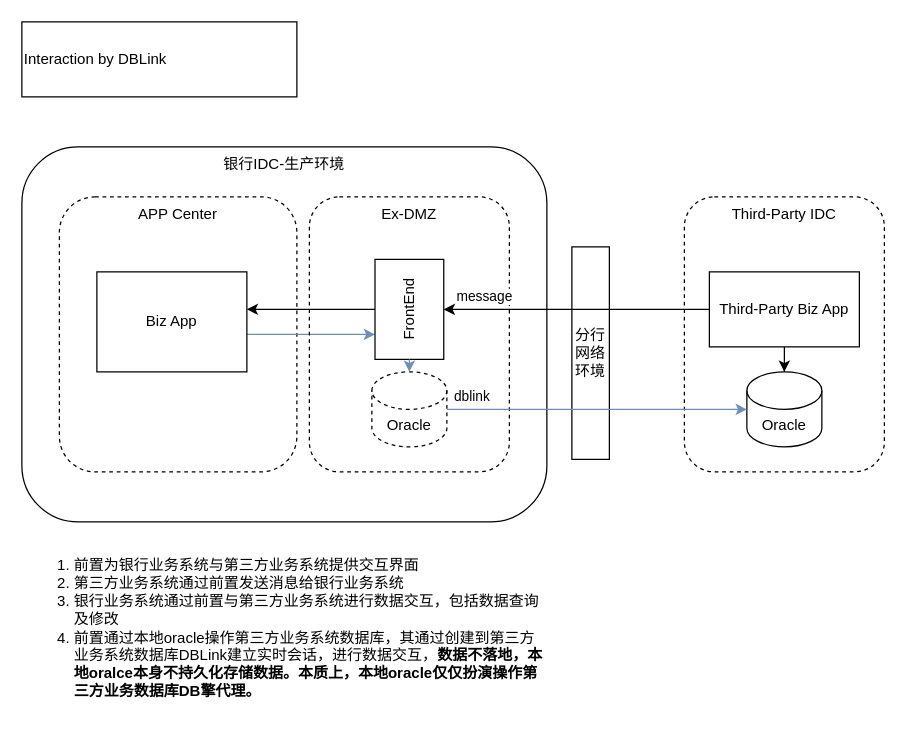
Before: Interaction by DBLink.drawio in anorqiu9/drawio, a draw.io diagram. Source tidied: cells renumbered, new cells numbered last; positions are measured from the earlier drawing's top-left corner, leaving out a move shared by most shapes. Both pictures are drawn from the tidied source at 125%, with x=0, y=0 at pixel (21, 21).
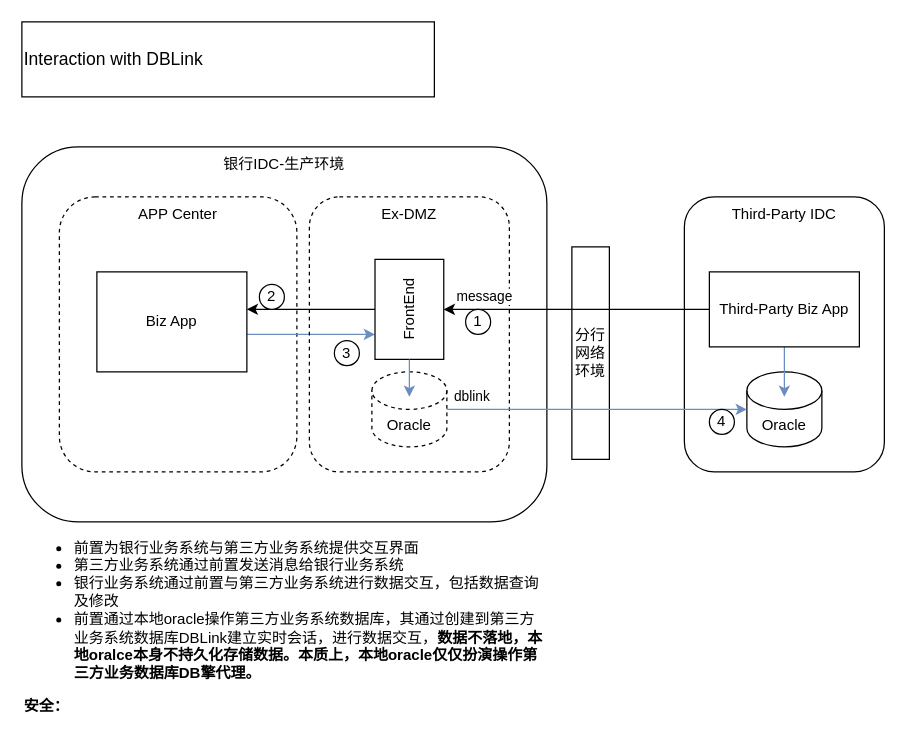
After the change.

The change refers to these unchanged cells:
```xml
<mxCell id="5" value="Oracle" style="shape=cylinder3;whiteSpace=wrap;html=1;boundedLbl=1;backgroundOutline=1;size=15;" parent="1" vertex="1">
  <mxGeometry x="580" y="280" width="60" height="60" as="geometry" />
</mxCell>
<mxCell id="10" value="FrontEnd" style="rounded=0;whiteSpace=wrap;html=1;horizontal=0;" parent="1" vertex="1">
  <mxGeometry x="282.5" y="190" width="55" height="80" as="geometry" />
</mxCell>
<mxCell id="13" value="Third-Party Biz App" style="rounded=0;whiteSpace=wrap;html=1;" parent="1" vertex="1">
  <mxGeometry x="550" y="200" width="120" height="60" as="geometry" />
</mxCell>
```

What changed in the source:
```diff
@@
-    <mxCell id="4" value="Third-Party IDC" style="rounded=1;whiteSpace=wrap;html=1;fillColor=none;dashed=1;verticalAlign=top;" parent="1" vertex="1">
+    <mxCell id="4" value="Third-Party IDC" style="rounded=1;whiteSpace=wrap;html=1;fillColor=none;verticalAlign=top;" parent="1" vertex="1">
       <mxGeometry x="530" y="140" width="160" height="220" as="geometry" />
     </mxCell>
@@
-    <mxCell id="11" style="edgeStyle=orthogonalEdgeStyle;rounded=0;jettySize=auto;html=1;" parent="1" edge="1" source="13" target="5">
+    <mxCell id="11" style="edgeStyle=orthogonalEdgeStyle;rounded=0;jettySize=auto;html=1;entryX=0.5;entryY=0.333;entryDx=0;entryDy=0;entryPerimeter=0;fillColor=#dae8fc;strokeColor=#6c8ebf;" parent="1" edge="1" source="13" target="5">
       <mxGeometry relative="1" as="geometry" />
     </mxCell>
@@
     <mxCell id="16" style="endArrow=classic;html=1;rounded=0;exitX=0.5;exitY=1;exitDx=0;exitDy=0;fillColor=#dae8fc;strokeColor=#6c8ebf;" parent="1" edge="1" source="10">
       <mxGeometry relative="1" as="geometry">
-        <mxPoint x="310" y="280" as="targetPoint" />
+        <mxPoint x="310" y="300" as="targetPoint" />
       </mxGeometry>
     </mxCell>
@@
-    <mxCell id="18" value="&lt;ol&gt;&lt;li&gt;前置为银行业务系统与第三方业务系统提供交互界面&lt;/li&gt;&lt;li&gt;第三方业务系统通过前置发送消息给银行业务系统&lt;/li&gt;&lt;li&gt;银行业务系统通过前置与第三方业务系统进行数据交互，包括数据查询及修改&lt;/li&gt;&lt;li&gt;前置通过本地oracle操作第三方业务系统数据库，其通过创建到第三方业务系统数据库DBLink&lt;span style=&quot;background-color: initial;&quot;&gt;建立实时会话，进行数据交互，&lt;b&gt;数据不落地，本地oralce本身不持久化存储数据。本质上，本地oracle仅仅扮演操作第三方业务数据库DB擎代理。&lt;/b&gt;&lt;/span&gt;&lt;/li&gt;&lt;/ol&gt;" style="rounded=0;whiteSpace=wrap;html=1;align=left;fillColor=none;strokeColor=none;" parent="1" vertex="1">
+    <mxCell id="18" value="&lt;ul&gt;&lt;li&gt;前置为银行业务系统与第三方业务系统提供交互界面&lt;/li&gt;&lt;li&gt;第三方业务系统通过前置发送消息给银行业务系统&lt;/li&gt;&lt;li&gt;银行业务系统通过前置与第三方业务系统进行数据交互，包括数据查询及修改&lt;/li&gt;&lt;li&gt;前置通过本地oracle操作第三方业务系统数据库，其通过创建到第三方业务系统数据库DBLink&lt;span style=&quot;background-color: initial;&quot;&gt;建立实时会话，进行数据交互，&lt;b&gt;数据不落地，本地oralce本身不持久化存储数据。本质上，本地oracle仅仅扮演操作第三方业务数据库DB擎代理。&lt;/b&gt;&lt;/span&gt;&lt;/li&gt;&lt;/ul&gt;&lt;div&gt;&lt;b&gt;安全：&lt;/b&gt;&lt;/div&gt;&lt;div&gt;&lt;b&gt;&lt;br&gt;&lt;/b&gt;&lt;/div&gt;" style="rounded=0;whiteSpace=wrap;html=1;align=left;fillColor=none;strokeColor=none;" parent="1" vertex="1">
       <mxGeometry y="420" width="420" height="130" as="geometry" />
     </mxCell>
-    <mxCell id="19" value="Interaction by DBLink" style="rounded=0;whiteSpace=wrap;html=1;align=left;" parent="1" vertex="1">
-      <mxGeometry width="220" height="60" as="geometry" />
+    <mxCell id="19" value="Interaction with DBLink" style="rounded=0;whiteSpace=wrap;html=1;align=left;fontSize=14;" parent="1" vertex="1">
+      <mxGeometry width="330" height="60" as="geometry" />
     </mxCell>
+    <mxCell id="20" value="1" style="ellipse;whiteSpace=wrap;html=1;" parent="1" vertex="1">
+      <mxGeometry x="355" y="230" width="20" height="20" as="geometry" />
+    </mxCell>
+    <mxCell id="21" value="2" style="ellipse;whiteSpace=wrap;html=1;" parent="1" vertex="1">
+      <mxGeometry x="190" y="210" width="20" height="20" as="geometry" />
+    </mxCell>
+    <mxCell id="22" value="3" style="ellipse;whiteSpace=wrap;html=1;" parent="1" vertex="1">
+      <mxGeometry x="250" y="255" width="20" height="20" as="geometry" />
+    </mxCell>
+    <mxCell id="23" value="4" style="ellipse;whiteSpace=wrap;html=1;" parent="1" vertex="1">
+      <mxGeometry x="550" y="310" width="20" height="20" as="geometry" />
+    </mxCell>
```
